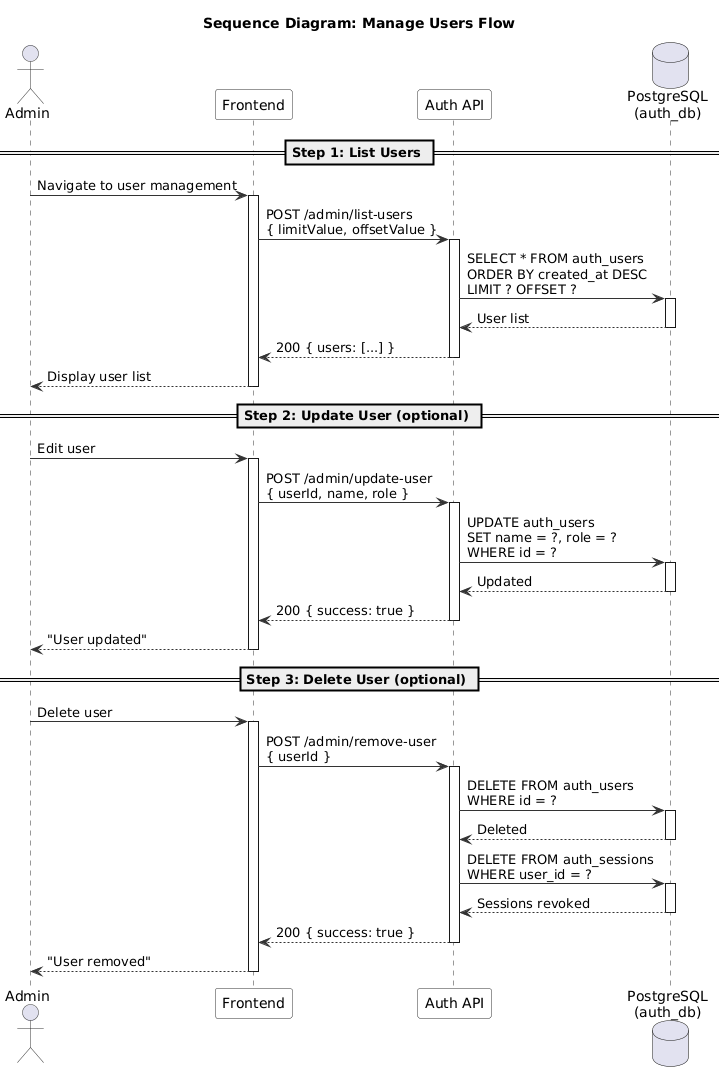
Earlier version of the PlantUML export modules/auth/images/sequence/manage-users-sequence.png (namnh240795/document).
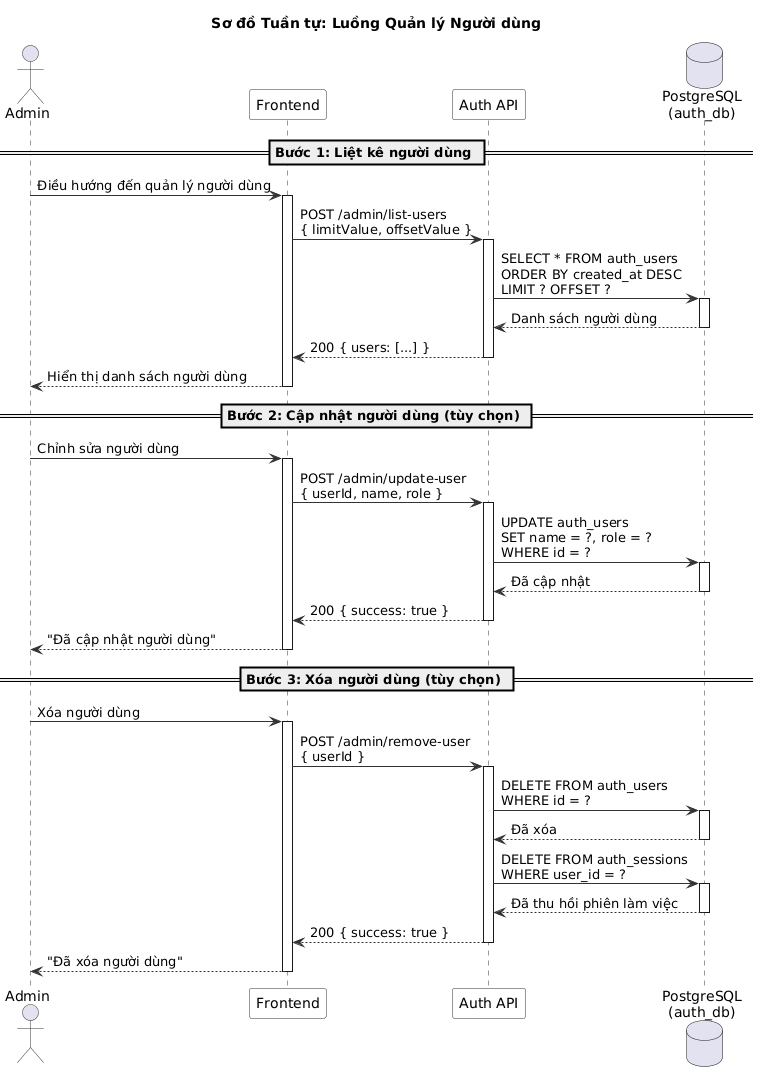
Later version of the same file.

Diff of the diagram source:
```diff
@@ -8,16 +8,16 @@
   ParticipantBorderColor #333333
 }
 
-title Sequence Diagram: Manage Users Flow
+title Sơ đồ Tuần tự: Luồng Quản lý Người dùng
 
 actor Admin
 participant "Frontend" as FE
 participant "Auth API" as API
 database "PostgreSQL\n(auth_db)" as DB
 
-== Step 1: List Users ==
+== Bước 1: Liệt kê người dùng ==
 
-Admin -> FE : Navigate to user management
+Admin -> FE : Điều hướng đến quản lý người dùng
 activate FE
 
 FE -> API : POST /admin/list-users\n{ limitValue, offsetValue }
@@ -25,18 +25,18 @@
 
 API -> DB : SELECT * FROM auth_users\nORDER BY created_at DESC\nLIMIT ? OFFSET ?
 activate DB
-DB --> API : User list
+DB --> API : Danh sách người dùng
 deactivate DB
 
 API --> FE : 200 { users: [...] }
 deactivate API
 
-FE --> Admin : Display user list
+FE --> Admin : Hiển thị danh sách người dùng
 deactivate FE
 
-== Step 2: Update User (optional) ==
+== Bước 2: Cập nhật người dùng (tùy chọn) ==
 
-Admin -> FE : Edit user
+Admin -> FE : Chỉnh sửa người dùng
 activate FE
 
 FE -> API : POST /admin/update-user\n{ userId, name, role }
@@ -44,18 +44,18 @@
 
 API -> DB : UPDATE auth_users\nSET name = ?, role = ?\nWHERE id = ?
 activate DB
-DB --> API : Updated
+DB --> API : Đã cập nhật
 deactivate DB
 
 API --> FE : 200 { success: true }
 deactivate API
 
-FE --> Admin : "User updated"
+FE --> Admin : "Đã cập nhật người dùng"
 deactivate FE
 
-== Step 3: Delete User (optional) ==
+== Bước 3: Xóa người dùng (tùy chọn) ==
 
-Admin -> FE : Delete user
+Admin -> FE : Xóa người dùng
 activate FE
 
 FE -> API : POST /admin/remove-user\n{ userId }
@@ -63,18 +63,18 @@
 
 API -> DB : DELETE FROM auth_users\nWHERE id = ?
 activate DB
-DB --> API : Deleted
+DB --> API : Đã xóa
 deactivate DB
 
 API -> DB : DELETE FROM auth_sessions\nWHERE user_id = ?
 activate DB
-DB --> API : Sessions revoked
+DB --> API : Đã thu hồi phiên làm việc
 deactivate DB
 
 API --> FE : 200 { success: true }
 deactivate API
 
-FE --> Admin : "User removed"
+FE --> Admin : "Đã xóa người dùng"
 deactivate FE
 
 @enduml
```
